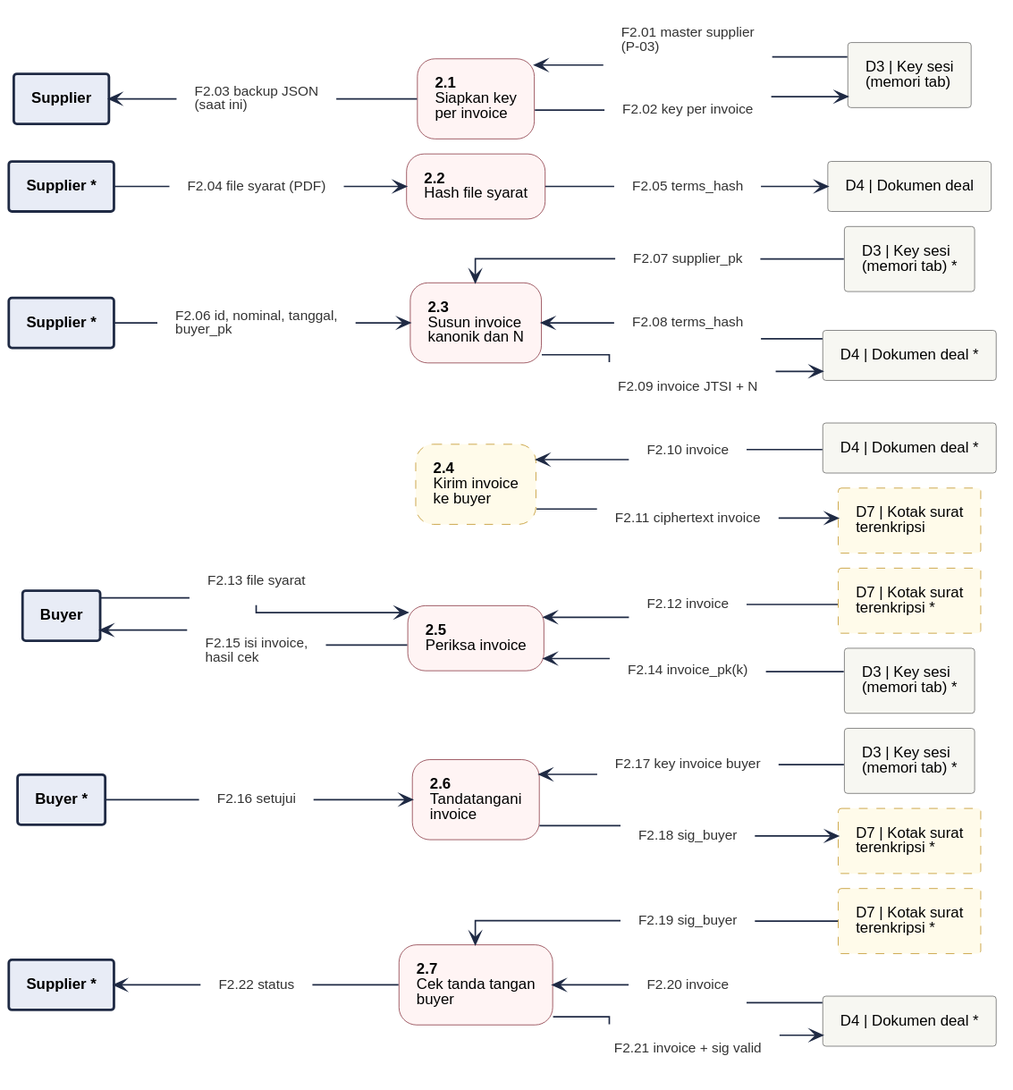
JitsuinFi/jitsuinfi-vault keeps this PlantUML diagram as 08-FlowDiagrams/assets/dfd-2-2.svg. Above is the earlier version. The source it was exported from:
```plantuml
@startuml
!include dfd-style.iuml
left to right direction
skinparam nodesep 12
skinparam ranksep 35
rectangle "Supplier *" <<entity>> as S_7
rectangle "D4 | Dokumen deal *" <<store>> as D4_7
rectangle "D7 | Kotak surat\nterenkripsi *" <<storeproposal>> as D7_7
rectangle "D7 | Kotak surat\nterenkripsi *" <<storeproposal>> as D7_6
rectangle "D3 | Key sesi\n(memori tab) *" <<store>> as D3_6
rectangle "Buyer *" <<entity>> as B_6
rectangle "D3 | Key sesi\n(memori tab) *" <<store>> as D3_5
rectangle "Buyer" <<entity>> as B_5
rectangle "D7 | Kotak surat\nterenkripsi *" <<storeproposal>> as D7_5
rectangle "D7 | Kotak surat\nterenkripsi" <<storeproposal>> as D7_4
rectangle "D4 | Dokumen deal *" <<store>> as D4_4
rectangle "D4 | Dokumen deal *" <<store>> as D4_3
rectangle "D3 | Key sesi\n(memori tab) *" <<store>> as D3_3
rectangle "Supplier *" <<entity>> as S_3
rectangle "D4 | Dokumen deal" <<store>> as D4_2
rectangle "Supplier *" <<entity>> as S_2
rectangle "Supplier" <<entity>> as S_1
rectangle "D3 | Key sesi\n(memori tab)" <<store>> as D3_1
rectangle "**2.7**\nCek tanda tangan\nbuyer" <<process>> as P7
rectangle "**2.6**\nTandatangani\ninvoice" <<process>> as P6
rectangle "**2.5**\nPeriksa invoice" <<process>> as P5
rectangle "**2.4**\nKirim invoice\nke buyer" <<proposal>> as P4
rectangle "**2.3**\nSusun invoice\nkanonik dan N" <<process>> as P3
rectangle "**2.2**\nHash file syarat" <<process>> as P2
rectangle "**2.1**\nSiapkan key\nper invoice" <<process>> as P1
rectangle "F2.01 master supplier\n(P-03)" <<flow>> as f_F2_01
rectangle "F2.02 key per invoice" <<flow>> as f_F2_02
rectangle "F2.03 backup JSON\n(saat ini)" <<flow>> as f_F2_03
rectangle "F2.04 file syarat (PDF)" <<flow>> as f_F2_04
rectangle "F2.05 terms_hash" <<flow>> as f_F2_05
rectangle "F2.06 id, nominal, tanggal,\nbuyer_pk" <<flow>> as f_F2_06
rectangle "F2.07 supplier_pk" <<flow>> as f_F2_07
rectangle "F2.08 terms_hash" <<flow>> as f_F2_08
rectangle "F2.09 invoice JTSI + N" <<flow>> as f_F2_09
rectangle "F2.10 invoice" <<flow>> as f_F2_10
rectangle "F2.11 ciphertext invoice" <<flow>> as f_F2_11
rectangle "F2.12 invoice" <<flow>> as f_F2_12
rectangle "F2.13 file syarat" <<flow>> as f_F2_13
rectangle "F2.14 invoice_pk(k)" <<flow>> as f_F2_14
rectangle "F2.15 isi invoice,\nhasil cek" <<flow>> as f_F2_15
rectangle "F2.16 setujui" <<flow>> as f_F2_16
rectangle "F2.17 key invoice buyer" <<flow>> as f_F2_17
rectangle "F2.18 sig_buyer" <<flow>> as f_F2_18
rectangle "F2.19 sig_buyer" <<flow>> as f_F2_19
rectangle "F2.20 invoice" <<flow>> as f_F2_20
rectangle "F2.21 invoice + sig valid" <<flow>> as f_F2_21
rectangle "F2.22 status" <<flow>> as f_F2_22
P1 <-- f_F2_01
f_F2_01 -- D3_1
P1 -- f_F2_02
f_F2_02 --> D3_1
S_1 <-- f_F2_03
f_F2_03 -- P1
S_2 -- f_F2_04
f_F2_04 --> P2
P2 -- f_F2_05
f_F2_05 --> D4_2
S_3 -- f_F2_06
f_F2_06 --> P3
P3 <-- f_F2_07
f_F2_07 -- D3_3
P3 <-- f_F2_08
f_F2_08 -- D4_3
P3 -- f_F2_09
f_F2_09 --> D4_3
P4 <-- f_F2_10
f_F2_10 -- D4_4
P4 -- f_F2_11
f_F2_11 --> D7_4
P5 <-- f_F2_12
f_F2_12 -- D7_5
B_5 -- f_F2_13
f_F2_13 --> P5
P5 <-- f_F2_14
f_F2_14 -- D3_5
B_5 <-- f_F2_15
f_F2_15 -- P5
B_6 -- f_F2_16
f_F2_16 --> P6
P6 <-- f_F2_17
f_F2_17 -- D3_6
P6 -- f_F2_18
f_F2_18 --> D7_6
P7 <-- f_F2_19
f_F2_19 -- D7_7
P7 <-- f_F2_20
f_F2_20 -- D4_7
P7 -- f_F2_21
f_F2_21 --> D4_7
S_7 <-- f_F2_22
f_F2_22 -- P7
rectangle " " <<spacer>> as sp_P4_a
rectangle " " <<spacer>> as sp_P4_b
sp_P4_a -[hidden]- sp_P4_b
sp_P4_b -[hidden]- P4
@enduml
```
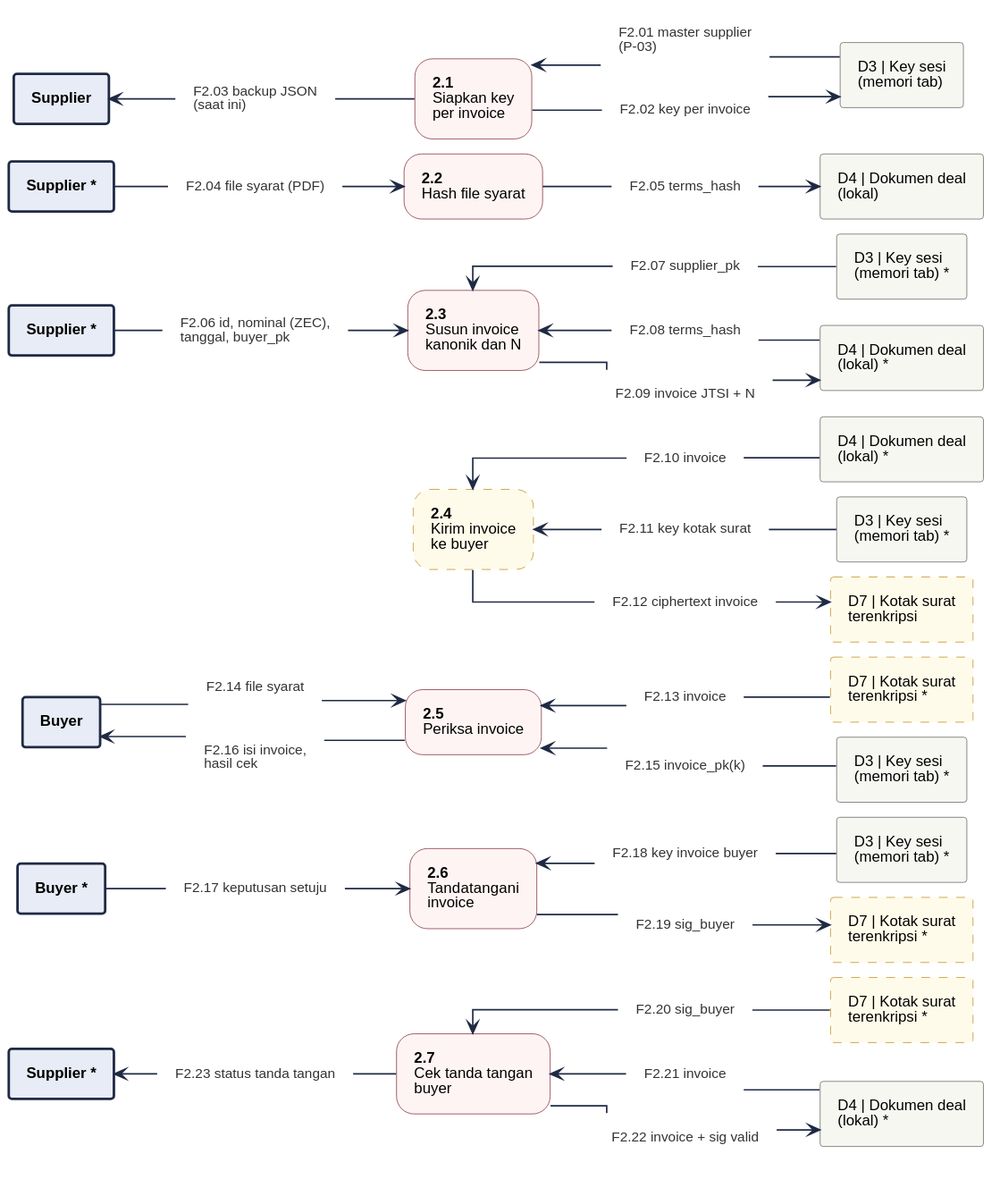
After the commit.

What changed in the source:
```diff
@@ -4,7 +4,7 @@
 skinparam nodesep 12
 skinparam ranksep 35
 rectangle "Supplier *" <<entity>> as S_7
-rectangle "D4 | Dokumen deal *" <<store>> as D4_7
+rectangle "D4 | Dokumen deal\n(lokal) *" <<store>> as D4_7
 rectangle "D7 | Kotak surat\nterenkripsi *" <<storeproposal>> as D7_7
 rectangle "D7 | Kotak surat\nterenkripsi *" <<storeproposal>> as D7_6
 rectangle "D3 | Key sesi\n(memori tab) *" <<store>> as D3_6
@@ -13,11 +13,12 @@
 rectangle "Buyer" <<entity>> as B_5
 rectangle "D7 | Kotak surat\nterenkripsi *" <<storeproposal>> as D7_5
 rectangle "D7 | Kotak surat\nterenkripsi" <<storeproposal>> as D7_4
-rectangle "D4 | Dokumen deal *" <<store>> as D4_4
-rectangle "D4 | Dokumen deal *" <<store>> as D4_3
+rectangle "D3 | Key sesi\n(memori tab) *" <<store>> as D3_4
+rectangle "D4 | Dokumen deal\n(lokal) *" <<store>> as D4_4
+rectangle "D4 | Dokumen deal\n(lokal) *" <<store>> as D4_3
 rectangle "D3 | Key sesi\n(memori tab) *" <<store>> as D3_3
 rectangle "Supplier *" <<entity>> as S_3
-rectangle "D4 | Dokumen deal" <<store>> as D4_2
+rectangle "D4 | Dokumen deal\n(lokal)" <<store>> as D4_2
 rectangle "Supplier *" <<entity>> as S_2
 rectangle "Supplier" <<entity>> as S_1
 rectangle "D3 | Key sesi\n(memori tab)" <<store>> as D3_1
@@ -33,23 +34,24 @@
 rectangle "F2.03 backup JSON\n(saat ini)" <<flow>> as f_F2_03
 rectangle "F2.04 file syarat (PDF)" <<flow>> as f_F2_04
 rectangle "F2.05 terms_hash" <<flow>> as f_F2_05
-rectangle "F2.06 id, nominal, tanggal,\nbuyer_pk" <<flow>> as f_F2_06
+rectangle "F2.06 id, nominal (ZEC),\ntanggal, buyer_pk" <<flow>> as f_F2_06
 rectangle "F2.07 supplier_pk" <<flow>> as f_F2_07
 rectangle "F2.08 terms_hash" <<flow>> as f_F2_08
 rectangle "F2.09 invoice JTSI + N" <<flow>> as f_F2_09
 rectangle "F2.10 invoice" <<flow>> as f_F2_10
-rectangle "F2.11 ciphertext invoice" <<flow>> as f_F2_11
-rectangle "F2.12 invoice" <<flow>> as f_F2_12
-rectangle "F2.13 file syarat" <<flow>> as f_F2_13
-rectangle "F2.14 invoice_pk(k)" <<flow>> as f_F2_14
-rectangle "F2.15 isi invoice,\nhasil cek" <<flow>> as f_F2_15
-rectangle "F2.16 setujui" <<flow>> as f_F2_16
-rectangle "F2.17 key invoice buyer" <<flow>> as f_F2_17
-rectangle "F2.18 sig_buyer" <<flow>> as f_F2_18
+rectangle "F2.11 key kotak surat" <<flow>> as f_F2_11
+rectangle "F2.12 ciphertext invoice" <<flow>> as f_F2_12
+rectangle "F2.13 invoice" <<flow>> as f_F2_13
+rectangle "F2.14 file syarat" <<flow>> as f_F2_14
+rectangle "F2.15 invoice_pk(k)" <<flow>> as f_F2_15
+rectangle "F2.16 isi invoice,\nhasil cek" <<flow>> as f_F2_16
+rectangle "F2.17 keputusan setuju" <<flow>> as f_F2_17
+rectangle "F2.18 key invoice buyer" <<flow>> as f_F2_18
 rectangle "F2.19 sig_buyer" <<flow>> as f_F2_19
-rectangle "F2.20 invoice" <<flow>> as f_F2_20
-rectangle "F2.21 invoice + sig valid" <<flow>> as f_F2_21
-rectangle "F2.22 status" <<flow>> as f_F2_22
+rectangle "F2.20 sig_buyer" <<flow>> as f_F2_20
+rectangle "F2.21 invoice" <<flow>> as f_F2_21
+rectangle "F2.22 invoice + sig valid" <<flow>> as f_F2_22
+rectangle "F2.23 status tanda tangan" <<flow>> as f_F2_23
 P1 <-- f_F2_01
 f_F2_01 -- D3_1
 P1 -- f_F2_02
@@ -70,30 +72,32 @@
 f_F2_09 --> D4_3
 P4 <-- f_F2_10
 f_F2_10 -- D4_4
-P4 -- f_F2_11
-f_F2_11 --> D7_4
-P5 <-- f_F2_12
-f_F2_12 -- D7_5
-B_5 -- f_F2_13
-f_F2_13 --> P5
-P5 <-- f_F2_14
-f_F2_14 -- D3_5
-B_5 <-- f_F2_15
-f_F2_15 -- P5
-B_6 -- f_F2_16
-f_F2_16 --> P6
-P6 <-- f_F2_17
-f_F2_17 -- D3_6
-P6 -- f_F2_18
-f_F2_18 --> D7_6
-P7 <-- f_F2_19
-f_F2_19 -- D7_7
+P4 <-- f_F2_11
+f_F2_11 -- D3_4
+P4 -- f_F2_12
+f_F2_12 --> D7_4
+P5 <-- f_F2_13
+f_F2_13 -- D7_5
+B_5 -- f_F2_14
+f_F2_14 --> P5
+P5 <-- f_F2_15
+f_F2_15 -- D3_5
+B_5 <-- f_F2_16
+f_F2_16 -- P5
+B_6 -- f_F2_17
+f_F2_17 --> P6
+P6 <-- f_F2_18
+f_F2_18 -- D3_6
+P6 -- f_F2_19
+f_F2_19 --> D7_6
 P7 <-- f_F2_20
-f_F2_20 -- D4_7
-P7 -- f_F2_21
-f_F2_21 --> D4_7
-S_7 <-- f_F2_22
-f_F2_22 -- P7
+f_F2_20 -- D7_7
+P7 <-- f_F2_21
+f_F2_21 -- D4_7
+P7 -- f_F2_22
+f_F2_22 --> D4_7
+S_7 <-- f_F2_23
+f_F2_23 -- P7
 rectangle " " <<spacer>> as sp_P4_a
 rectangle " " <<spacer>> as sp_P4_b
 sp_P4_a -[hidden]- sp_P4_b
```
